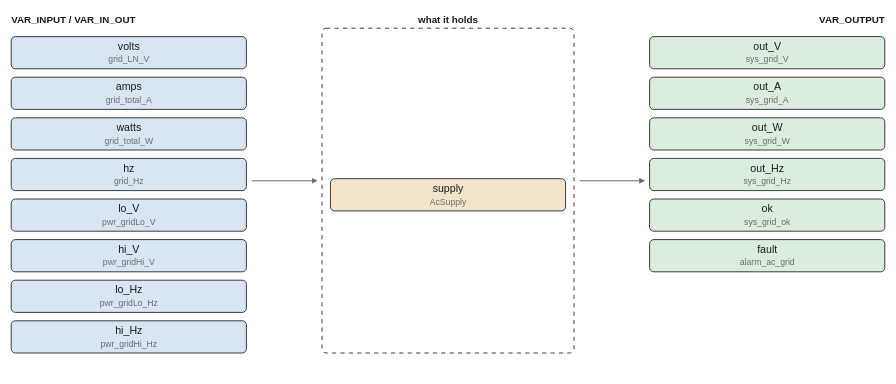
pstch/botanik2 keeps this draw.io diagram as images/logic/ac_grid_watch.drawio.svg. Above is the earlier version. Source tidied: cells renumbered, new cells last; positions are measured from the earlier drawing's top-left corner, leaving out a move shared by most shapes.
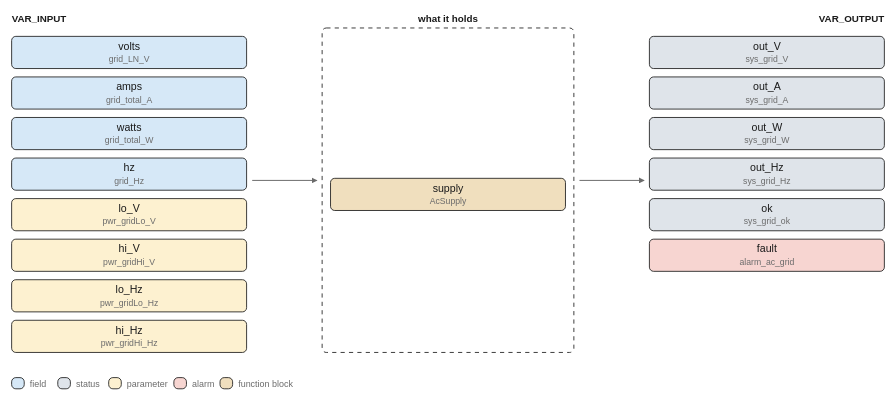
The same file after the commit.

Diff of the diagram source:
```diff
@@ -2,8 +2,8 @@
   <root>
     <mxCell id="0" />
     <mxCell id="1" parent="0" />
-    <mxCell id="2" value="VAR_INPUT / VAR_IN_OUT" style="text;html=1;fontSize=7;fontColor=#1a1a1a;align=left;fontStyle=1;" parent="1" vertex="1">
-      <mxGeometry width="110" height="11" as="geometry" />
+    <mxCell id="2" value="VAR_INPUT" style="text;html=1;fontSize=7;fontColor=#1a1a1a;align=left;fontStyle=1;" parent="1" vertex="1">
+      <mxGeometry width="45" height="11" as="geometry" />
     </mxCell>
     <mxCell id="3" value="what it holds" style="text;html=1;fontSize=7;fontColor=#1a1a1a;align=center;fontStyle=1;" parent="1" vertex="1">
       <mxGeometry x="312" width="65" height="11" as="geometry" />
@@ -11,52 +11,52 @@
     <mxCell id="4" value="VAR_OUTPUT" style="text;html=1;fontSize=7;fontColor=#1a1a1a;align=left;fontStyle=1;" parent="1" vertex="1">
       <mxGeometry x="624" width="50" height="11" as="geometry" />
     </mxCell>
-    <mxCell id="5" value="volts" style="rounded=1;fillColor=#d8e6f3;strokeColor=#1a1a1a;whiteSpace=wrap;html=1;fontSize=8;" parent="1" vertex="1">
+    <mxCell id="5" value="volts" style="rounded=1;fillColor=#d6e8f7;strokeColor=#1a1a1a;whiteSpace=wrap;html=1;fontSize=8;" parent="1" vertex="1">
       <mxGeometry y="17" width="168" height="23" as="geometry" />
     </mxCell>
-    <mxCell id="6" value="amps" style="rounded=1;fillColor=#d8e6f3;strokeColor=#1a1a1a;whiteSpace=wrap;html=1;fontSize=8;" parent="1" vertex="1">
+    <mxCell id="6" value="amps" style="rounded=1;fillColor=#d6e8f7;strokeColor=#1a1a1a;whiteSpace=wrap;html=1;fontSize=8;" parent="1" vertex="1">
       <mxGeometry y="46" width="168" height="23" as="geometry" />
     </mxCell>
-    <mxCell id="7" value="watts" style="rounded=1;fillColor=#d8e6f3;strokeColor=#1a1a1a;whiteSpace=wrap;html=1;fontSize=8;" parent="1" vertex="1">
+    <mxCell id="7" value="watts" style="rounded=1;fillColor=#d6e8f7;strokeColor=#1a1a1a;whiteSpace=wrap;html=1;fontSize=8;" parent="1" vertex="1">
       <mxGeometry y="75" width="168" height="23" as="geometry" />
     </mxCell>
-    <mxCell id="8" value="hz" style="rounded=1;fillColor=#d8e6f3;strokeColor=#1a1a1a;whiteSpace=wrap;html=1;fontSize=8;" parent="1" vertex="1">
+    <mxCell id="8" value="hz" style="rounded=1;fillColor=#d6e8f7;strokeColor=#1a1a1a;whiteSpace=wrap;html=1;fontSize=8;" parent="1" vertex="1">
       <mxGeometry y="104" width="168" height="23" as="geometry" />
     </mxCell>
-    <mxCell id="9" value="lo_V" style="rounded=1;fillColor=#d8e6f3;strokeColor=#1a1a1a;whiteSpace=wrap;html=1;fontSize=8;" parent="1" vertex="1">
+    <mxCell id="9" value="lo_V" style="rounded=1;fillColor=#fdf1d0;strokeColor=#1a1a1a;whiteSpace=wrap;html=1;fontSize=8;" parent="1" vertex="1">
       <mxGeometry y="133" width="168" height="23" as="geometry" />
     </mxCell>
-    <mxCell id="10" value="hi_V" style="rounded=1;fillColor=#d8e6f3;strokeColor=#1a1a1a;whiteSpace=wrap;html=1;fontSize=8;" parent="1" vertex="1">
+    <mxCell id="10" value="hi_V" style="rounded=1;fillColor=#fdf1d0;strokeColor=#1a1a1a;whiteSpace=wrap;html=1;fontSize=8;" parent="1" vertex="1">
       <mxGeometry y="162" width="168" height="23" as="geometry" />
     </mxCell>
-    <mxCell id="11" value="lo_Hz" style="rounded=1;fillColor=#d8e6f3;strokeColor=#1a1a1a;whiteSpace=wrap;html=1;fontSize=8;" parent="1" vertex="1">
+    <mxCell id="11" value="lo_Hz" style="rounded=1;fillColor=#fdf1d0;strokeColor=#1a1a1a;whiteSpace=wrap;html=1;fontSize=8;" parent="1" vertex="1">
       <mxGeometry y="191" width="168" height="23" as="geometry" />
     </mxCell>
-    <mxCell id="12" value="hi_Hz" style="rounded=1;fillColor=#d8e6f3;strokeColor=#1a1a1a;whiteSpace=wrap;html=1;fontSize=8;" parent="1" vertex="1">
+    <mxCell id="12" value="hi_Hz" style="rounded=1;fillColor=#fdf1d0;strokeColor=#1a1a1a;whiteSpace=wrap;html=1;fontSize=8;" parent="1" vertex="1">
       <mxGeometry y="220" width="168" height="23" as="geometry" />
     </mxCell>
-    <mxCell id="13" value="out_V" style="rounded=1;fillColor=#dbeedd;strokeColor=#1a1a1a;whiteSpace=wrap;html=1;fontSize=8;" parent="1" vertex="1">
+    <mxCell id="13" value="out_V" style="rounded=1;fillColor=#dfe4ea;strokeColor=#1a1a1a;whiteSpace=wrap;html=1;fontSize=8;" parent="1" vertex="1">
       <mxGeometry x="456" y="17" width="168" height="23" as="geometry" />
     </mxCell>
-    <mxCell id="14" value="out_A" style="rounded=1;fillColor=#dbeedd;strokeColor=#1a1a1a;whiteSpace=wrap;html=1;fontSize=8;" parent="1" vertex="1">
+    <mxCell id="14" value="out_A" style="rounded=1;fillColor=#dfe4ea;strokeColor=#1a1a1a;whiteSpace=wrap;html=1;fontSize=8;" parent="1" vertex="1">
       <mxGeometry x="456" y="46" width="168" height="23" as="geometry" />
     </mxCell>
-    <mxCell id="15" value="out_W" style="rounded=1;fillColor=#dbeedd;strokeColor=#1a1a1a;whiteSpace=wrap;html=1;fontSize=8;" parent="1" vertex="1">
+    <mxCell id="15" value="out_W" style="rounded=1;fillColor=#dfe4ea;strokeColor=#1a1a1a;whiteSpace=wrap;html=1;fontSize=8;" parent="1" vertex="1">
       <mxGeometry x="456" y="75" width="168" height="23" as="geometry" />
     </mxCell>
-    <mxCell id="16" value="out_Hz" style="rounded=1;fillColor=#dbeedd;strokeColor=#1a1a1a;whiteSpace=wrap;html=1;fontSize=8;" parent="1" vertex="1">
+    <mxCell id="16" value="out_Hz" style="rounded=1;fillColor=#dfe4ea;strokeColor=#1a1a1a;whiteSpace=wrap;html=1;fontSize=8;" parent="1" vertex="1">
       <mxGeometry x="456" y="104" width="168" height="23" as="geometry" />
     </mxCell>
-    <mxCell id="17" value="ok" style="rounded=1;fillColor=#dbeedd;strokeColor=#1a1a1a;whiteSpace=wrap;html=1;fontSize=8;" parent="1" vertex="1">
+    <mxCell id="17" value="ok" style="rounded=1;fillColor=#dfe4ea;strokeColor=#1a1a1a;whiteSpace=wrap;html=1;fontSize=8;" parent="1" vertex="1">
       <mxGeometry x="456" y="133" width="168" height="23" as="geometry" />
     </mxCell>
-    <mxCell id="18" value="fault" style="rounded=1;fillColor=#dbeedd;strokeColor=#1a1a1a;whiteSpace=wrap;html=1;fontSize=8;" parent="1" vertex="1">
+    <mxCell id="18" value="fault" style="rounded=1;fillColor=#f7d5d1;strokeColor=#1a1a1a;whiteSpace=wrap;html=1;fontSize=8;" parent="1" vertex="1">
       <mxGeometry x="456" y="162" width="168" height="23" as="geometry" />
     </mxCell>
     <mxCell id="19" style="rounded=1;fillColor=#ffffff;strokeColor=#1a1a1a;whiteSpace=wrap;html=1;fontSize=8;dashed=1;" parent="1" vertex="1">
       <mxGeometry x="222" y="11" width="180" height="232" as="geometry" />
     </mxCell>
-    <mxCell id="20" value="supply" style="rounded=1;fillColor=#f2e5cc;strokeColor=#1a1a1a;whiteSpace=wrap;html=1;fontSize=8;" parent="1" vertex="1">
+    <mxCell id="20" value="supply" style="rounded=1;fillColor=#f0dfbe;strokeColor=#1a1a1a;whiteSpace=wrap;html=1;fontSize=8;" parent="1" vertex="1">
       <mxGeometry x="228" y="118.5" width="168" height="23" as="geometry" />
     </mxCell>
     <mxCell id="21" style="edgeStyle=none;html=1;strokeColor=#6b6b6b;endArrow=block;" parent="1" edge="1">
@@ -71,5 +71,35 @@
         <mxPoint x="452" y="120" as="targetPoint" />
       </mxGeometry>
     </mxCell>
+    <mxCell id="23" style="rounded=1;fillColor=#d6e8f7;strokeColor=#1a1a1a;whiteSpace=wrap;html=1;fontSize=8;" parent="1" vertex="1">
+      <mxGeometry y="261" width="9" height="8" as="geometry" />
+    </mxCell>
+    <mxCell id="24" value="field" style="text;html=1;fontSize=6;fontColor=#6b6b6b;align=left;" parent="1" vertex="1">
+      <mxGeometry x="13" y="261.6" width="40" height="10.4" as="geometry" />
+    </mxCell>
+    <mxCell id="25" style="rounded=1;fillColor=#dfe4ea;strokeColor=#1a1a1a;whiteSpace=wrap;html=1;fontSize=8;" parent="1" vertex="1">
+      <mxGeometry x="33" y="261" width="9" height="8" as="geometry" />
+    </mxCell>
+    <mxCell id="26" value="status" style="text;html=1;fontSize=6;fontColor=#6b6b6b;align=left;" parent="1" vertex="1">
+      <mxGeometry x="46" y="261.6" width="40" height="10.4" as="geometry" />
+    </mxCell>
+    <mxCell id="27" style="rounded=1;fillColor=#fdf1d0;strokeColor=#1a1a1a;whiteSpace=wrap;html=1;fontSize=8;" parent="1" vertex="1">
+      <mxGeometry x="69.4" y="261" width="9" height="8" as="geometry" />
+    </mxCell>
+    <mxCell id="28" value="parameter" style="text;html=1;fontSize=6;fontColor=#6b6b6b;align=left;" parent="1" vertex="1">
+      <mxGeometry x="82.4" y="261.6" width="45" height="10.4" as="geometry" />
+    </mxCell>
+    <mxCell id="29" style="rounded=1;fillColor=#f7d5d1;strokeColor=#1a1a1a;whiteSpace=wrap;html=1;fontSize=8;" parent="1" vertex="1">
+      <mxGeometry x="116" y="261" width="9" height="8" as="geometry" />
+    </mxCell>
+    <mxCell id="30" value="alarm" style="text;html=1;fontSize=6;fontColor=#6b6b6b;align=left;" parent="1" vertex="1">
+      <mxGeometry x="129" y="261.6" width="40" height="10.4" as="geometry" />
+    </mxCell>
+    <mxCell id="31" style="rounded=1;fillColor=#f0dfbe;strokeColor=#1a1a1a;whiteSpace=wrap;html=1;fontSize=8;" parent="1" vertex="1">
+      <mxGeometry x="149" y="261" width="9" height="8" as="geometry" />
+    </mxCell>
+    <mxCell id="32" value="function block" style="text;html=1;fontSize=6;fontColor=#6b6b6b;align=left;" parent="1" vertex="1">
+      <mxGeometry x="162" y="261.6" width="70" height="10.4" as="geometry" />
+    </mxCell>
   </root>
 </mxGraphModel>
```
